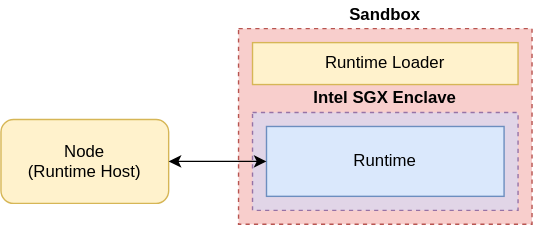
Earlier version of the draw.io export docs/images/oasis-core-runtime-execution.svg (oasisprotocol/oasis-core). Source tidied: cells renumbered, new cells last; positions are measured from the earlier drawing's top-left corner, leaving out a move shared by most shapes. The source it was exported from:
```xml
<mxGraphModel>
  <root>
    <mxCell id="0" />
    <mxCell id="1" parent="0" />
    <mxCell id="2" value="Node&lt;br style=&quot;font-size: 12px&quot;&gt;(Runtime Host)" style="rounded=1;whiteSpace=wrap;html=1;fontSize=12;fillColor=#fff2cc;strokeColor=#d6b656;" parent="1" vertex="1">
      <mxGeometry y="85" width="120" height="60" as="geometry" />
    </mxCell>
    <mxCell id="3" style="rounded=0;whiteSpace=wrap;html=1;fontSize=12;fillColor=#f8cecc;strokeColor=#b85450;dashed=1;" parent="1" vertex="1">
      <mxGeometry x="170" y="20" width="210" height="140" as="geometry" />
    </mxCell>
    <mxCell id="4" value="Sandbox" style="text;html=1;strokeColor=none;fillColor=none;align=center;verticalAlign=middle;whiteSpace=wrap;rounded=0;dashed=1;fontSize=12;fontStyle=1;" parent="1" vertex="1">
      <mxGeometry x="170" width="210" height="20" as="geometry" />
    </mxCell>
    <mxCell id="5" value="Runtime Loader" style="rounded=0;whiteSpace=wrap;html=1;fontSize=12;fillColor=#fff2cc;strokeColor=#d6b656;" parent="1" vertex="1">
      <mxGeometry x="180" y="30" width="190" height="30" as="geometry" />
    </mxCell>
    <mxCell id="6" style="rounded=0;whiteSpace=wrap;html=1;fontSize=12;dashed=1;fillColor=#e1d5e7;strokeColor=#9673a6;" parent="1" vertex="1">
      <mxGeometry x="180" y="80" width="190" height="70" as="geometry" />
    </mxCell>
    <mxCell id="7" value="Intel SGX Enclave" style="text;html=1;strokeColor=none;fillColor=none;align=center;verticalAlign=middle;whiteSpace=wrap;rounded=0;dashed=1;fontSize=12;fontStyle=1;" parent="1" vertex="1">
      <mxGeometry x="180" y="60" width="190" height="20" as="geometry" />
    </mxCell>
    <mxCell id="8" value="Runtime" style="rounded=0;whiteSpace=wrap;html=1;fontSize=12;fillColor=#dae8fc;strokeColor=#6c8ebf;" parent="1" vertex="1">
      <mxGeometry x="190" y="90" width="170" height="50" as="geometry" />
    </mxCell>
    <mxCell id="9" style="edgeStyle=orthogonalEdgeStyle;rounded=0;jettySize=auto;html=1;exitX=1;exitY=0.5;exitDx=0;exitDy=0;entryX=0;entryY=0.5;entryDx=0;entryDy=0;fontSize=12;startArrow=classic;startFill=1;" parent="1" edge="1" source="2" target="8">
      <mxGeometry relative="1" as="geometry" />
    </mxCell>
  </root>
</mxGraphModel>
```
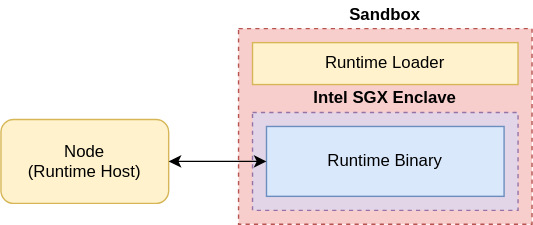
After the change.

Commit message:
docs: update runtime execution diagram

What changed in the source:
```diff
@@ -20,7 +20,7 @@
     <mxCell id="7" value="Intel SGX Enclave" style="text;html=1;strokeColor=none;fillColor=none;align=center;verticalAlign=middle;whiteSpace=wrap;rounded=0;dashed=1;fontSize=12;fontStyle=1;" parent="1" vertex="1">
       <mxGeometry x="180" y="60" width="190" height="20" as="geometry" />
     </mxCell>
-    <mxCell id="8" value="Runtime" style="rounded=0;whiteSpace=wrap;html=1;fontSize=12;fillColor=#dae8fc;strokeColor=#6c8ebf;" parent="1" vertex="1">
+    <mxCell id="8" value="Runtime Binary" style="rounded=0;whiteSpace=wrap;html=1;fontSize=12;fillColor=#dae8fc;strokeColor=#6c8ebf;" parent="1" vertex="1">
       <mxGeometry x="190" y="90" width="170" height="50" as="geometry" />
     </mxCell>
     <mxCell id="9" style="edgeStyle=orthogonalEdgeStyle;rounded=0;jettySize=auto;html=1;exitX=1;exitY=0.5;exitDx=0;exitDy=0;entryX=0;entryY=0.5;entryDx=0;entryDy=0;fontSize=12;startArrow=classic;startFill=1;" parent="1" edge="1" source="2" target="8">
```
